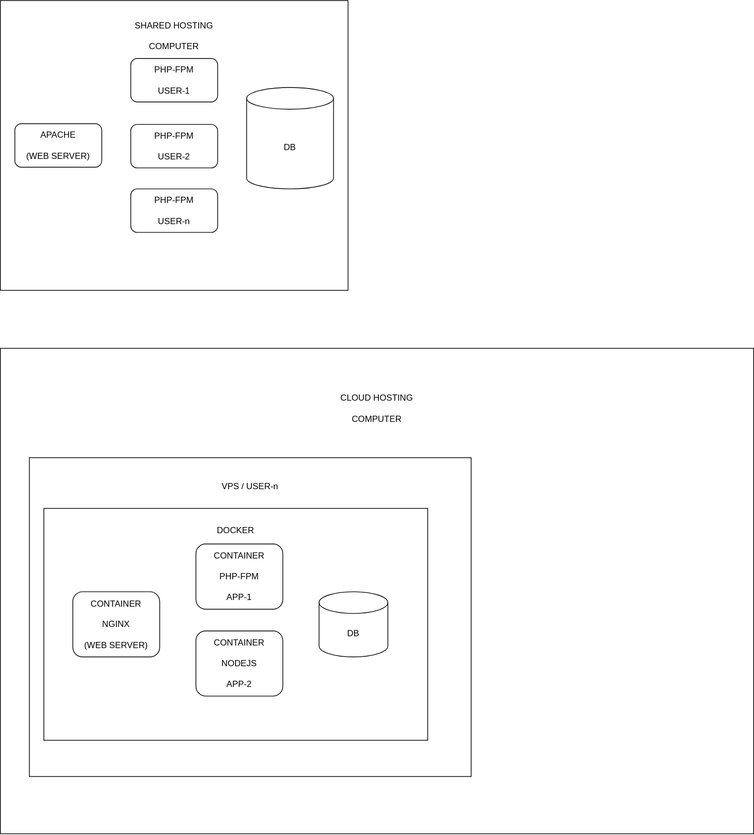
Before: docs/architecture.drawio.svg, a diagram exported from draw.io (applh/gaia-jpp). Source tidied: cells renumbered, new cells last; positions are measured from the earlier drawing's top-left corner, leaving out a move shared by most shapes.
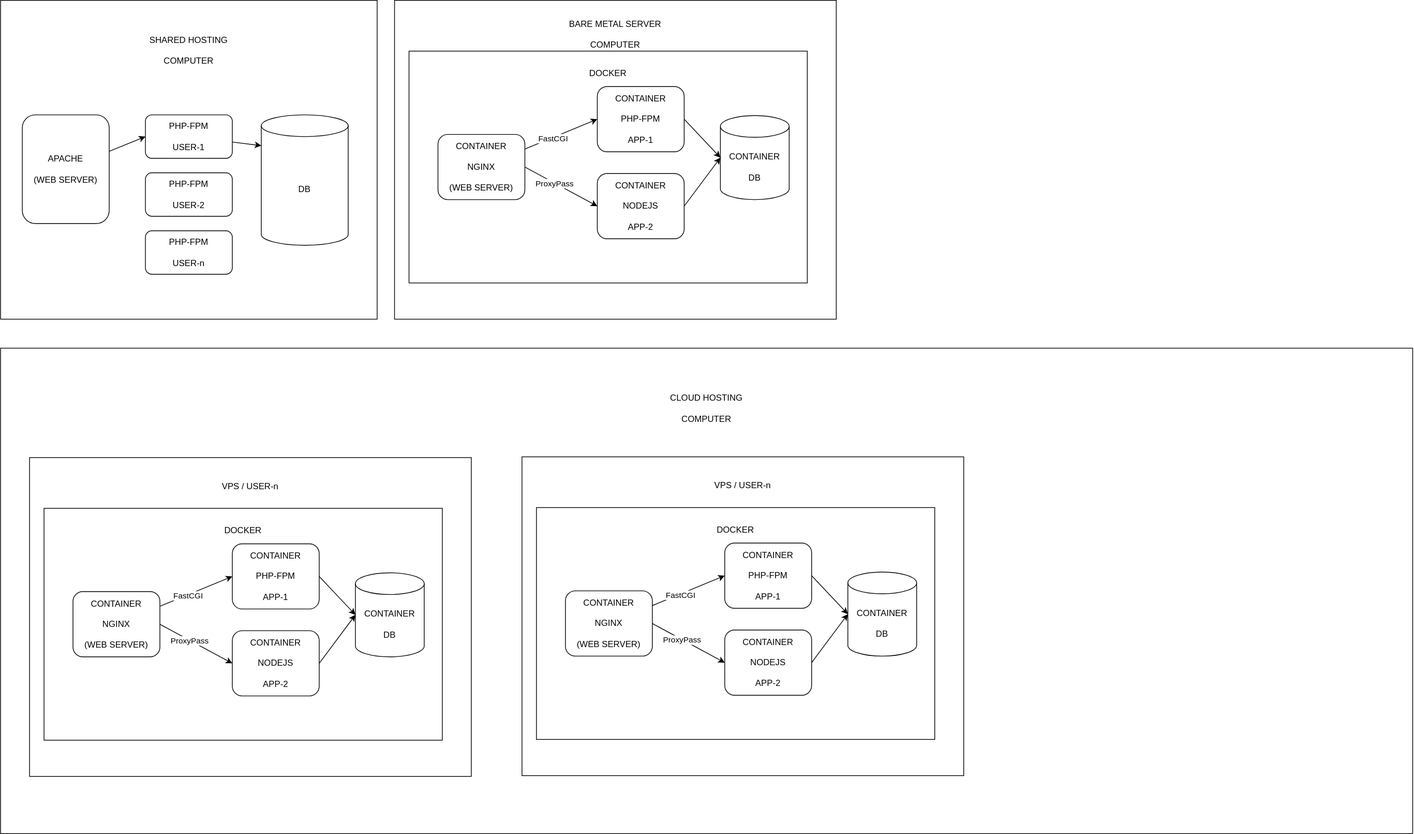
After the commit.

Diff of the diagram source:
```diff
@@ -3,43 +3,148 @@
     <mxCell id="0" />
     <mxCell id="1" parent="0" />
     <mxCell id="2" value="CLOUD HOSTING&lt;br&gt;&lt;br&gt;COMPUTER&lt;br&gt;&lt;br&gt;&lt;br&gt;&lt;br&gt;&lt;br&gt;&lt;br&gt;&lt;br&gt;&lt;br&gt;&lt;br&gt;&lt;br&gt;&lt;br&gt;&lt;br&gt;&lt;br&gt;&lt;br&gt;&lt;br&gt;&lt;br&gt;&lt;br&gt;&lt;br&gt;&lt;br&gt;&lt;br&gt;&lt;br&gt;&lt;br&gt;&lt;br&gt;&lt;br&gt;&lt;br&gt;&lt;br&gt;&lt;br&gt;&lt;br&gt;&lt;br&gt;&lt;br&gt;&lt;br&gt;&lt;br&gt;&lt;br&gt;&lt;br&gt;&lt;br&gt;&lt;br&gt;" style="rounded=0;whiteSpace=wrap;html=1;" parent="1" vertex="1">
-      <mxGeometry y="480" width="1040" height="670" as="geometry" />
+      <mxGeometry y="480" width="1950" height="670" as="geometry" />
     </mxCell>
-    <mxCell id="3" value="VPS / USER-n&lt;br&gt;&lt;br&gt;&lt;br&gt;&lt;br&gt;&lt;br&gt;&lt;br&gt;&lt;br&gt;&lt;br&gt;&lt;br&gt;&lt;br&gt;&lt;br&gt;&lt;br&gt;&lt;br&gt;&lt;br&gt;&lt;br&gt;&lt;br&gt;&lt;br&gt;&lt;br&gt;&lt;br&gt;&lt;br&gt;&lt;br&gt;&lt;br&gt;&lt;br&gt;&lt;br&gt;&lt;br&gt;&lt;br&gt;" style="rounded=0;whiteSpace=wrap;html=1;" parent="1" vertex="1">
-      <mxGeometry x="40" y="631" width="610" height="440" as="geometry" />
-    </mxCell>
-    <mxCell id="4" value="DOCKER&lt;br&gt;&lt;br&gt;&lt;br&gt;&lt;br&gt;&lt;br&gt;&lt;br&gt;&lt;br&gt;&lt;br&gt;&lt;br&gt;&lt;br&gt;&lt;br&gt;&lt;br&gt;&lt;br&gt;&lt;br&gt;&lt;br&gt;&lt;br&gt;&lt;br&gt;&lt;br&gt;&lt;br&gt;" style="rounded=0;whiteSpace=wrap;html=1;" parent="1" vertex="1">
-      <mxGeometry x="60" y="701" width="530" height="320" as="geometry" />
-    </mxCell>
     <mxCell id="5" value="SHARED HOSTING&lt;br&gt;&lt;br&gt;COMPUTER&lt;br&gt;&lt;br&gt;&lt;br&gt;&lt;br&gt;&lt;br&gt;&lt;br&gt;&lt;br&gt;&lt;br&gt;&lt;br&gt;&lt;br&gt;&lt;br&gt;&lt;br&gt;&lt;br&gt;&lt;br&gt;&lt;br&gt;&lt;br&gt;&lt;br&gt;&lt;br&gt;&lt;br&gt;&lt;br&gt;&lt;br&gt;&lt;br&gt;" style="rounded=0;whiteSpace=wrap;html=1;" parent="1" vertex="1">
-      <mxGeometry width="480" height="400" as="geometry" />
+      <mxGeometry width="520" height="440" as="geometry" />
     </mxCell>
+    <mxCell id="15" style="edgeStyle=none;html=1;entryX=0;entryY=0.5;entryDx=0;entryDy=0;" parent="1" edge="1" source="6" target="7">
+      <mxGeometry relative="1" as="geometry" />
+    </mxCell>
     <mxCell id="6" value="APACHE&lt;br&gt;&lt;br&gt;(WEB SERVER)" style="rounded=1;whiteSpace=wrap;html=1;" parent="1" vertex="1">
-      <mxGeometry x="20" y="170" width="120" height="60" as="geometry" />
+      <mxGeometry x="30" y="158" width="120" height="150" as="geometry" />
     </mxCell>
+    <mxCell id="16" style="edgeStyle=none;html=1;entryX=0;entryY=0;entryDx=0;entryDy=42.5;entryPerimeter=0;" parent="1" edge="1" source="7" target="12">
+      <mxGeometry relative="1" as="geometry" />
+    </mxCell>
     <mxCell id="7" value="PHP-FPM&lt;br&gt;&lt;br&gt;USER-1" style="rounded=1;whiteSpace=wrap;html=1;" parent="1" vertex="1">
-      <mxGeometry x="180" y="80" width="120" height="60" as="geometry" />
+      <mxGeometry x="200" y="158" width="120" height="60" as="geometry" />
     </mxCell>
     <mxCell id="8" value="PHP-FPM&lt;br&gt;&lt;br&gt;USER-2" style="rounded=1;whiteSpace=wrap;html=1;" parent="1" vertex="1">
-      <mxGeometry x="180" y="171" width="120" height="60" as="geometry" />
+      <mxGeometry x="200" y="238" width="120" height="60" as="geometry" />
     </mxCell>
     <mxCell id="9" value="PHP-FPM&lt;br&gt;&lt;br&gt;USER-n" style="rounded=1;whiteSpace=wrap;html=1;" parent="1" vertex="1">
-      <mxGeometry x="180" y="260" width="120" height="60" as="geometry" />
+      <mxGeometry x="200" y="318" width="120" height="60" as="geometry" />
     </mxCell>
+    <mxCell id="12" value="DB" style="shape=cylinder3;whiteSpace=wrap;html=1;boundedLbl=1;backgroundOutline=1;size=15;" parent="1" vertex="1">
+      <mxGeometry x="360" y="158" width="120" height="180" as="geometry" />
+    </mxCell>
+    <mxCell id="17" style="group;" parent="1" vertex="1">
+      <mxGeometry x="40" y="631" width="610" height="440" as="geometry" />
+    </mxCell>
+    <mxCell id="3" value="VPS / USER-n&lt;br&gt;&lt;br&gt;&lt;br&gt;&lt;br&gt;&lt;br&gt;&lt;br&gt;&lt;br&gt;&lt;br&gt;&lt;br&gt;&lt;br&gt;&lt;br&gt;&lt;br&gt;&lt;br&gt;&lt;br&gt;&lt;br&gt;&lt;br&gt;&lt;br&gt;&lt;br&gt;&lt;br&gt;&lt;br&gt;&lt;br&gt;&lt;br&gt;&lt;br&gt;&lt;br&gt;&lt;br&gt;&lt;br&gt;" style="rounded=0;whiteSpace=wrap;html=1;" parent="17" vertex="1">
+      <mxGeometry width="610" height="440" as="geometry" />
+    </mxCell>
+    <mxCell id="4" value="DOCKER&lt;br&gt;&lt;br&gt;&lt;br&gt;&lt;br&gt;&lt;br&gt;&lt;br&gt;&lt;br&gt;&lt;br&gt;&lt;br&gt;&lt;br&gt;&lt;br&gt;&lt;br&gt;&lt;br&gt;&lt;br&gt;&lt;br&gt;&lt;br&gt;&lt;br&gt;&lt;br&gt;&lt;br&gt;" style="rounded=0;whiteSpace=wrap;html=1;" parent="17" vertex="1">
+      <mxGeometry x="20" y="70" width="550" height="320" as="geometry" />
+    </mxCell>
-    <mxCell id="10" value="CONTAINER&lt;br&gt;&lt;br&gt;NGINX&lt;br&gt;&lt;br&gt;(WEB SERVER)" style="rounded=1;whiteSpace=wrap;html=1;" parent="1" vertex="1">
-      <mxGeometry x="100" y="816" width="120" height="90" as="geometry" />
+    <mxCell id="10" value="CONTAINER&lt;br&gt;&lt;br&gt;NGINX&lt;br&gt;&lt;br&gt;(WEB SERVER)" style="rounded=1;whiteSpace=wrap;html=1;" parent="17" vertex="1">
+      <mxGeometry x="60" y="185" width="120" height="90" as="geometry" />
     </mxCell>
-    <mxCell id="11" value="CONTAINER&lt;br&gt;&lt;br&gt;PHP-FPM&lt;br&gt;&lt;br&gt;APP-1" style="rounded=1;whiteSpace=wrap;html=1;" parent="1" vertex="1">
-      <mxGeometry x="270" y="750" width="120" height="90" as="geometry" />
+    <mxCell id="11" value="CONTAINER&lt;br&gt;&lt;br&gt;PHP-FPM&lt;br&gt;&lt;br&gt;APP-1" style="rounded=1;whiteSpace=wrap;html=1;" parent="17" vertex="1">
+      <mxGeometry x="280" y="119" width="120" height="90" as="geometry" />
     </mxCell>
-    <mxCell id="12" value="DB" style="shape=cylinder3;whiteSpace=wrap;html=1;boundedLbl=1;backgroundOutline=1;size=15;" parent="1" vertex="1">
-      <mxGeometry x="340" y="120" width="120" height="140" as="geometry" />
-    </mxCell>
+    <mxCell id="18" style="edgeStyle=none;html=1;entryX=0;entryY=0.5;entryDx=0;entryDy=0;" parent="17" edge="1" source="10" target="11">
+      <mxGeometry relative="1" as="geometry" />
+    </mxCell>
+    <mxCell id="19" value="FastCGI" style="edgeLabel;html=1;align=center;verticalAlign=middle;" parent="18" vertex="1">
+      <mxGeometry x="-0.23" y="-1" relative="1" as="geometry" />
+    </mxCell>
-    <mxCell id="13" value="DB" style="shape=cylinder3;whiteSpace=wrap;html=1;boundedLbl=1;backgroundOutline=1;size=15;" parent="1" vertex="1">
-      <mxGeometry x="440" y="816" width="95" height="90" as="geometry" />
+    <mxCell id="13" value="CONTAINER&lt;br&gt;&lt;br&gt;DB" style="shape=cylinder3;whiteSpace=wrap;html=1;boundedLbl=1;backgroundOutline=1;size=15;" parent="17" vertex="1">
+      <mxGeometry x="450" y="159" width="95" height="116" as="geometry" />
     </mxCell>
+    <mxCell id="20" style="edgeStyle=none;html=1;exitX=1;exitY=0.5;exitDx=0;exitDy=0;entryX=0;entryY=0.5;entryDx=0;entryDy=0;entryPerimeter=0;" parent="17" edge="1" source="11" target="13">
+      <mxGeometry relative="1" as="geometry" />
+    </mxCell>
+    <mxCell id="21" style="edgeStyle=none;html=1;exitX=1;exitY=0.5;exitDx=0;exitDy=0;entryX=0;entryY=0.5;entryDx=0;entryDy=0;entryPerimeter=0;" parent="17" edge="1" source="14" target="13">
+      <mxGeometry relative="1" as="geometry" />
+    </mxCell>
-    <mxCell id="14" value="CONTAINER&lt;br&gt;&lt;br&gt;NODEJS&lt;br&gt;&lt;br&gt;APP-2" style="rounded=1;whiteSpace=wrap;html=1;" parent="1" vertex="1">
-      <mxGeometry x="270" y="870" width="120" height="90" as="geometry" />
+    <mxCell id="14" value="CONTAINER&lt;br&gt;&lt;br&gt;NODEJS&lt;br&gt;&lt;br&gt;APP-2" style="rounded=1;whiteSpace=wrap;html=1;" parent="17" vertex="1">
+      <mxGeometry x="280" y="239" width="120" height="90" as="geometry" />
     </mxCell>
+    <mxCell id="22" style="edgeStyle=none;html=1;exitX=1;exitY=0.5;exitDx=0;exitDy=0;entryX=0;entryY=0.5;entryDx=0;entryDy=0;" parent="17" edge="1" source="10" target="14">
+      <mxGeometry relative="1" as="geometry" />
+    </mxCell>
+    <mxCell id="23" value="ProxyPass" style="edgeLabel;html=1;align=center;verticalAlign=middle;" parent="22" vertex="1">
+      <mxGeometry x="-0.19" y="-1" relative="1" as="geometry" />
+    </mxCell>
+    <mxCell id="24" style="group;" parent="1" vertex="1">
+      <mxGeometry x="720" y="630" width="610" height="440" as="geometry" />
+    </mxCell>
+    <mxCell id="25" value="VPS / USER-n&lt;br&gt;&lt;br&gt;&lt;br&gt;&lt;br&gt;&lt;br&gt;&lt;br&gt;&lt;br&gt;&lt;br&gt;&lt;br&gt;&lt;br&gt;&lt;br&gt;&lt;br&gt;&lt;br&gt;&lt;br&gt;&lt;br&gt;&lt;br&gt;&lt;br&gt;&lt;br&gt;&lt;br&gt;&lt;br&gt;&lt;br&gt;&lt;br&gt;&lt;br&gt;&lt;br&gt;&lt;br&gt;&lt;br&gt;" style="rounded=0;whiteSpace=wrap;html=1;" parent="24" vertex="1">
+      <mxGeometry width="610" height="440" as="geometry" />
+    </mxCell>
+    <mxCell id="26" value="DOCKER&lt;br&gt;&lt;br&gt;&lt;br&gt;&lt;br&gt;&lt;br&gt;&lt;br&gt;&lt;br&gt;&lt;br&gt;&lt;br&gt;&lt;br&gt;&lt;br&gt;&lt;br&gt;&lt;br&gt;&lt;br&gt;&lt;br&gt;&lt;br&gt;&lt;br&gt;&lt;br&gt;&lt;br&gt;" style="rounded=0;whiteSpace=wrap;html=1;" parent="24" vertex="1">
+      <mxGeometry x="20" y="70" width="550" height="320" as="geometry" />
+    </mxCell>
+    <mxCell id="27" value="CONTAINER&lt;br&gt;&lt;br&gt;NGINX&lt;br&gt;&lt;br&gt;(WEB SERVER)" style="rounded=1;whiteSpace=wrap;html=1;" parent="24" vertex="1">
+      <mxGeometry x="60" y="185" width="120" height="90" as="geometry" />
+    </mxCell>
+    <mxCell id="28" value="CONTAINER&lt;br&gt;&lt;br&gt;PHP-FPM&lt;br&gt;&lt;br&gt;APP-1" style="rounded=1;whiteSpace=wrap;html=1;" parent="24" vertex="1">
+      <mxGeometry x="280" y="119" width="120" height="90" as="geometry" />
+    </mxCell>
+    <mxCell id="29" style="edgeStyle=none;html=1;entryX=0;entryY=0.5;entryDx=0;entryDy=0;" parent="24" edge="1" source="27" target="28">
+      <mxGeometry relative="1" as="geometry" />
+    </mxCell>
+    <mxCell id="30" value="FastCGI" style="edgeLabel;html=1;align=center;verticalAlign=middle;" parent="29" vertex="1">
+      <mxGeometry x="-0.23" y="-1" relative="1" as="geometry" />
+    </mxCell>
+    <mxCell id="31" value="CONTAINER&lt;br&gt;&lt;br&gt;DB" style="shape=cylinder3;whiteSpace=wrap;html=1;boundedLbl=1;backgroundOutline=1;size=15;" parent="24" vertex="1">
+      <mxGeometry x="450" y="159" width="95" height="116" as="geometry" />
+    </mxCell>
+    <mxCell id="32" style="edgeStyle=none;html=1;exitX=1;exitY=0.5;exitDx=0;exitDy=0;entryX=0;entryY=0.5;entryDx=0;entryDy=0;entryPerimeter=0;" parent="24" edge="1" source="28" target="31">
+      <mxGeometry relative="1" as="geometry" />
+    </mxCell>
+    <mxCell id="33" style="edgeStyle=none;html=1;exitX=1;exitY=0.5;exitDx=0;exitDy=0;entryX=0;entryY=0.5;entryDx=0;entryDy=0;entryPerimeter=0;" parent="24" edge="1" source="34" target="31">
+      <mxGeometry relative="1" as="geometry" />
+    </mxCell>
+    <mxCell id="34" value="CONTAINER&lt;br&gt;&lt;br&gt;NODEJS&lt;br&gt;&lt;br&gt;APP-2" style="rounded=1;whiteSpace=wrap;html=1;" parent="24" vertex="1">
+      <mxGeometry x="280" y="239" width="120" height="90" as="geometry" />
+    </mxCell>
+    <mxCell id="35" style="edgeStyle=none;html=1;exitX=1;exitY=0.5;exitDx=0;exitDy=0;entryX=0;entryY=0.5;entryDx=0;entryDy=0;" parent="24" edge="1" source="27" target="34">
+      <mxGeometry relative="1" as="geometry" />
+    </mxCell>
+    <mxCell id="36" value="ProxyPass" style="edgeLabel;html=1;align=center;verticalAlign=middle;" parent="35" vertex="1">
+      <mxGeometry x="-0.19" y="-1" relative="1" as="geometry" />
+    </mxCell>
+    <mxCell id="37" style="group;" parent="1" vertex="1">
+      <mxGeometry x="544" width="610" height="440" as="geometry" />
+    </mxCell>
+    <mxCell id="38" value="BARE METAL SERVER&lt;br&gt;&lt;br&gt;COMPUTER&lt;br&gt;&lt;br&gt;&lt;br&gt;&lt;br&gt;&lt;br&gt;&lt;br&gt;&lt;br&gt;&lt;br&gt;&lt;br&gt;&lt;br&gt;&lt;br&gt;&lt;br&gt;&lt;br&gt;&lt;br&gt;&lt;br&gt;&lt;br&gt;&lt;br&gt;&lt;br&gt;&lt;br&gt;&lt;br&gt;&lt;br&gt;&lt;br&gt;&lt;br&gt;&lt;br&gt;&lt;br&gt;" style="rounded=0;whiteSpace=wrap;html=1;" parent="37" vertex="1">
+      <mxGeometry width="610" height="440" as="geometry" />
+    </mxCell>
+    <mxCell id="39" value="DOCKER&lt;br&gt;&lt;br&gt;&lt;br&gt;&lt;br&gt;&lt;br&gt;&lt;br&gt;&lt;br&gt;&lt;br&gt;&lt;br&gt;&lt;br&gt;&lt;br&gt;&lt;br&gt;&lt;br&gt;&lt;br&gt;&lt;br&gt;&lt;br&gt;&lt;br&gt;&lt;br&gt;&lt;br&gt;" style="rounded=0;whiteSpace=wrap;html=1;" parent="37" vertex="1">
+      <mxGeometry x="20" y="70" width="550" height="320" as="geometry" />
+    </mxCell>
+    <mxCell id="40" value="CONTAINER&lt;br&gt;&lt;br&gt;NGINX&lt;br&gt;&lt;br&gt;(WEB SERVER)" style="rounded=1;whiteSpace=wrap;html=1;" parent="37" vertex="1">
+      <mxGeometry x="60" y="185" width="120" height="90" as="geometry" />
+    </mxCell>
+    <mxCell id="41" value="CONTAINER&lt;br&gt;&lt;br&gt;PHP-FPM&lt;br&gt;&lt;br&gt;APP-1" style="rounded=1;whiteSpace=wrap;html=1;" parent="37" vertex="1">
+      <mxGeometry x="280" y="119" width="120" height="90" as="geometry" />
+    </mxCell>
+    <mxCell id="42" style="edgeStyle=none;html=1;entryX=0;entryY=0.5;entryDx=0;entryDy=0;" parent="37" edge="1" source="40" target="41">
+      <mxGeometry relative="1" as="geometry" />
+    </mxCell>
+    <mxCell id="43" value="FastCGI" style="edgeLabel;html=1;align=center;verticalAlign=middle;" parent="42" vertex="1">
+      <mxGeometry x="-0.23" y="-1" relative="1" as="geometry" />
+    </mxCell>
+    <mxCell id="44" value="CONTAINER&lt;br&gt;&lt;br&gt;DB" style="shape=cylinder3;whiteSpace=wrap;html=1;boundedLbl=1;backgroundOutline=1;size=15;" parent="37" vertex="1">
+      <mxGeometry x="450" y="159" width="95" height="116" as="geometry" />
+    </mxCell>
+    <mxCell id="45" style="edgeStyle=none;html=1;exitX=1;exitY=0.5;exitDx=0;exitDy=0;entryX=0;entryY=0.5;entryDx=0;entryDy=0;entryPerimeter=0;" parent="37" edge="1" source="41" target="44">
+      <mxGeometry relative="1" as="geometry" />
+    </mxCell>
+    <mxCell id="46" style="edgeStyle=none;html=1;exitX=1;exitY=0.5;exitDx=0;exitDy=0;entryX=0;entryY=0.5;entryDx=0;entryDy=0;entryPerimeter=0;" parent="37" edge="1" source="47" target="44">
+      <mxGeometry relative="1" as="geometry" />
+    </mxCell>
+    <mxCell id="47" value="CONTAINER&lt;br&gt;&lt;br&gt;NODEJS&lt;br&gt;&lt;br&gt;APP-2" style="rounded=1;whiteSpace=wrap;html=1;" parent="37" vertex="1">
+      <mxGeometry x="280" y="239" width="120" height="90" as="geometry" />
+    </mxCell>
+    <mxCell id="48" style="edgeStyle=none;html=1;exitX=1;exitY=0.5;exitDx=0;exitDy=0;entryX=0;entryY=0.5;entryDx=0;entryDy=0;" parent="37" edge="1" source="40" target="47">
+      <mxGeometry relative="1" as="geometry" />
+    </mxCell>
+    <mxCell id="49" value="ProxyPass" style="edgeLabel;html=1;align=center;verticalAlign=middle;" parent="48" vertex="1">
+      <mxGeometry x="-0.19" y="-1" relative="1" as="geometry" />
+    </mxCell>
   </root>
 </mxGraphModel>
```
